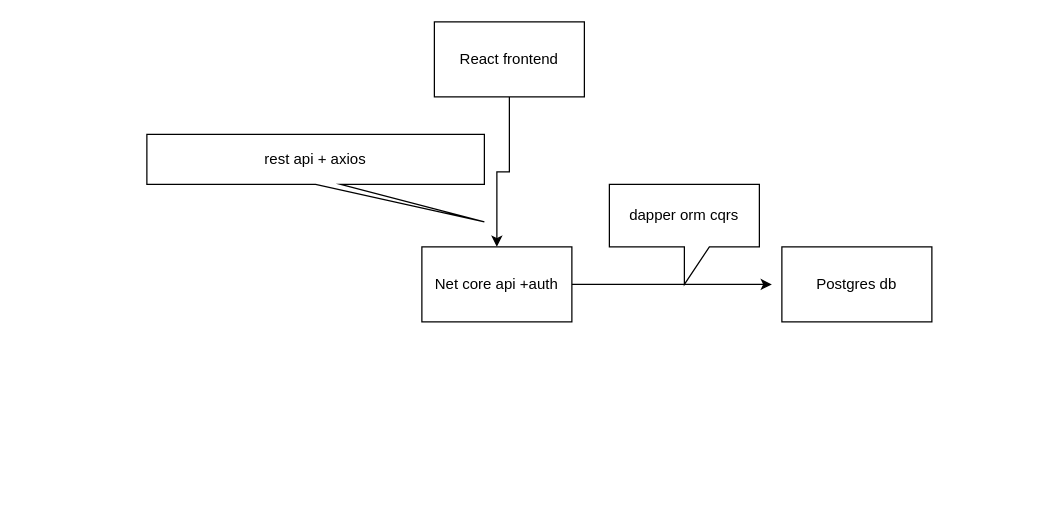
Earlier version of the draw.io diagram schema.drawio (Aliendreamer/MicroservicesKenovCourse). Source tidied: cells renumbered, new cells numbered last; positions are measured from the earlier drawing's top-left corner, leaving out a move shared by most shapes. Both pictures are drawn from the tidied source at 125%, with x=0, y=0 at pixel (146, 21).
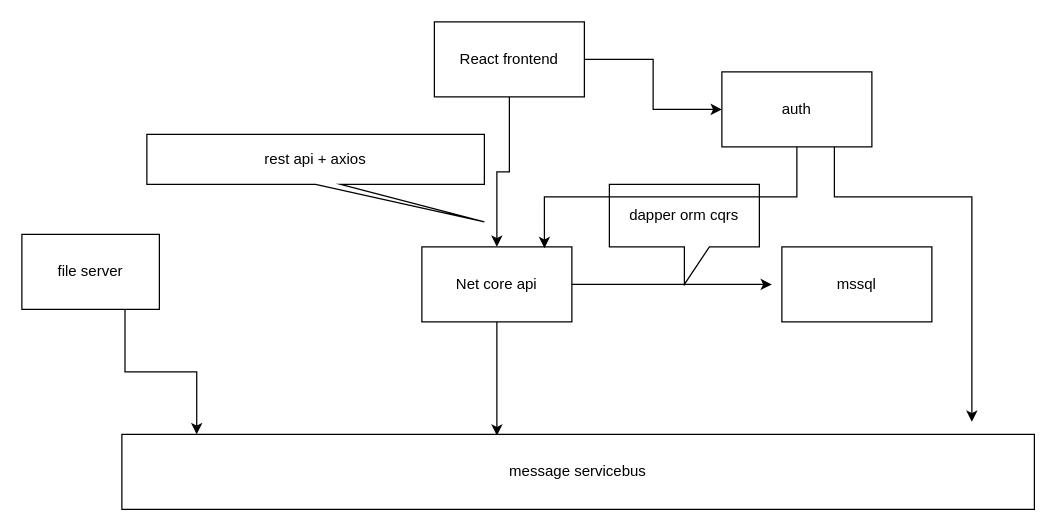
After the change.

Unchanged cells that the change refers to:
```xml
<mxCell id="3" value="React frontend" style="rounded=0;whiteSpace=wrap;html=1;" parent="1" vertex="1">
  <mxGeometry x="230" width="120" height="60" as="geometry" />
</mxCell>
```

The edit, as a diff of the source:
```diff
@@
+    <mxCell id="9" style="edgeStyle=orthogonalEdgeStyle;rounded=0;jettySize=auto;html=1;" parent="1" edge="1" source="3" target="14">
+      <mxGeometry relative="1" as="geometry" />
+    </mxCell>
@@
+    <mxCell id="10" style="edgeStyle=orthogonalEdgeStyle;rounded=0;jettySize=auto;html=1;exitX=0.5;exitY=1;exitDx=0;exitDy=0;entryX=0.411;entryY=0.017;entryDx=0;entryDy=0;entryPerimeter=0;" parent="1" edge="1" source="5" target="11">
+      <mxGeometry relative="1" as="geometry" />
+    </mxCell>
-    <mxCell id="5" value="Net core api +auth" style="rounded=0;whiteSpace=wrap;html=1;" parent="1" vertex="1">
+    <mxCell id="5" value="Net core api" style="rounded=0;whiteSpace=wrap;html=1;" parent="1" vertex="1">
       <mxGeometry x="220" y="180" width="120" height="60" as="geometry" />
     </mxCell>
-    <mxCell id="6" value="Postgres db" style="rounded=0;whiteSpace=wrap;html=1;" parent="1" vertex="1">
+    <mxCell id="6" value="mssql" style="rounded=0;whiteSpace=wrap;html=1;" parent="1" vertex="1">
       <mxGeometry x="508" y="180" width="120" height="60" as="geometry" />
     </mxCell>
@@
+    <mxCell id="11" value="message servicebus" style="rounded=0;whiteSpace=wrap;html=1;" parent="1" vertex="1">
+      <mxGeometry x="-20" y="330" width="730" height="60" as="geometry" />
+    </mxCell>
+    <mxCell id="12" style="edgeStyle=orthogonalEdgeStyle;rounded=0;jettySize=auto;html=1;exitX=0.5;exitY=1;exitDx=0;exitDy=0;entryX=0.817;entryY=0.017;entryDx=0;entryDy=0;entryPerimeter=0;" parent="1" edge="1" source="14" target="5">
+      <mxGeometry relative="1" as="geometry" />
+    </mxCell>
+    <mxCell id="13" style="edgeStyle=orthogonalEdgeStyle;rounded=0;jettySize=auto;html=1;exitX=0.75;exitY=1;exitDx=0;exitDy=0;" parent="1" edge="1" source="14">
+      <mxGeometry relative="1" as="geometry">
+        <mxPoint x="660" y="320" as="targetPoint" />
+        <Array as="points">
+          <mxPoint x="550" y="140" />
+          <mxPoint x="660" y="140" />
+        </Array>
+      </mxGeometry>
+    </mxCell>
+    <mxCell id="14" value="auth" style="rounded=0;whiteSpace=wrap;html=1;" parent="1" vertex="1">
+      <mxGeometry x="460" y="40" width="120" height="60" as="geometry" />
+    </mxCell>
+    <mxCell id="15" style="edgeStyle=orthogonalEdgeStyle;rounded=0;jettySize=auto;html=1;exitX=0.75;exitY=1;exitDx=0;exitDy=0;entryX=0.082;entryY=0;entryDx=0;entryDy=0;entryPerimeter=0;" parent="1" edge="1" source="16" target="11">
+      <mxGeometry relative="1" as="geometry" />
+    </mxCell>
+    <mxCell id="16" value="file server" style="rounded=0;whiteSpace=wrap;html=1;" parent="1" vertex="1">
+      <mxGeometry x="-100" y="170" width="110" height="60" as="geometry" />
+    </mxCell>
```
